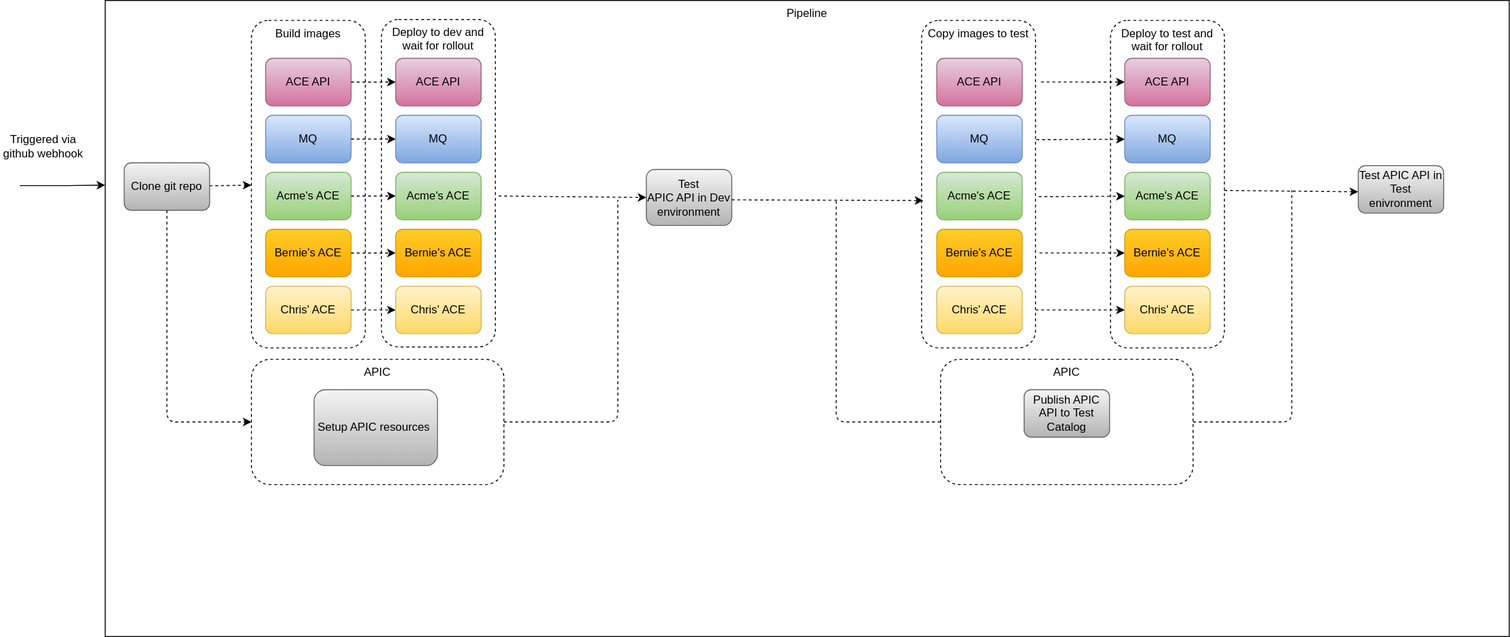
The draw.io diagram DrivewayDentDeletion/media/dev-test-apic-pipeline.svg in IBM/cp4i-deployment-samples, before a commit. Source tidied: cells renumbered, new cells last; positions are measured from the earlier drawing's top-left corner, leaving out a move shared by most shapes.
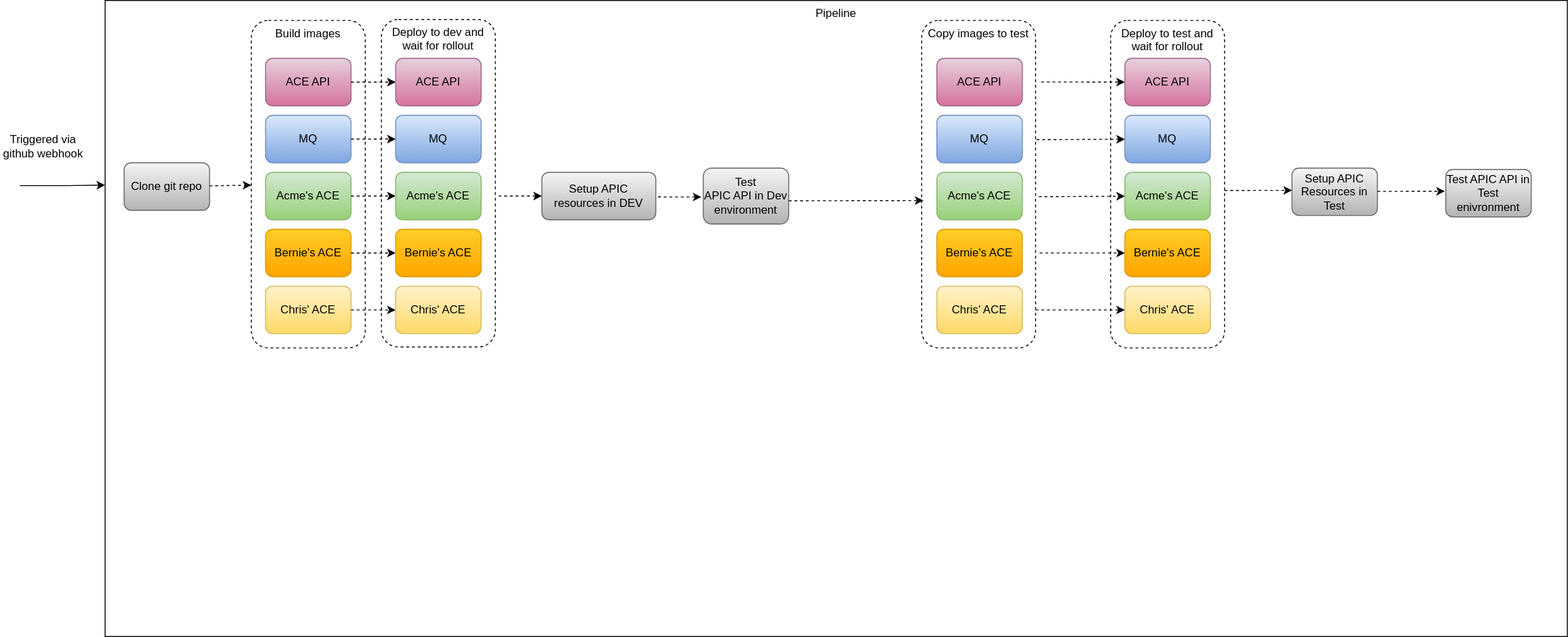
Above is the later version.

Commit message:
changes made to media

Change to the diagram source:
```diff
@@ -3,7 +3,7 @@
     <mxCell id="0" />
     <mxCell id="1" parent="0" />
     <mxCell id="2" value="Pipeline" style="rounded=0;whiteSpace=wrap;html=1;verticalAlign=top;" parent="1" vertex="1">
-      <mxGeometry x="110" width="1479" height="670" as="geometry" />
+      <mxGeometry x="110" width="1540" height="670" as="geometry" />
     </mxCell>
     <mxCell id="3" value="Deploy to dev and wait for rollout" style="rounded=1;whiteSpace=wrap;html=1;verticalAlign=top;dashed=1;" parent="1" vertex="1">
       <mxGeometry x="401" y="20" width="120" height="345" as="geometry" />
@@ -29,12 +29,12 @@
     <mxCell id="10" value="Chris' ACE" style="rounded=1;whiteSpace=wrap;html=1;fillColor=#fff2cc;strokeColor=#d6b656;gradientColor=#ffd966;" parent="1" vertex="1">
       <mxGeometry x="279" y="301" width="90" height="50" as="geometry" />
     </mxCell>
-    <mxCell id="11" style="edgeStyle=orthogonalEdgeStyle;rounded=0;orthogonalLoop=1;jettySize=auto;html=1;exitX=0.5;exitY=1;exitDx=0;exitDy=0;" parent="1" edge="1">
-      <mxGeometry relative="1" as="geometry">
-        <mxPoint x="522.5" y="381" as="sourcePoint" />
-        <mxPoint x="522.5" y="381" as="targetPoint" />
-      </mxGeometry>
-    </mxCell>
+    <mxCell id="60" style="edgeStyle=orthogonalEdgeStyle;rounded=0;orthogonalLoop=1;jettySize=auto;html=1;exitX=0.5;exitY=1;exitDx=0;exitDy=0;" parent="1" edge="1">
+      <mxGeometry relative="1" as="geometry">
+        <mxPoint x="522.5" y="381" as="sourcePoint" />
+        <mxPoint x="522.5" y="381" as="targetPoint" />
+      </mxGeometry>
+    </mxCell>
     <mxCell id="12" style="endArrow=classic;html=1;dashed=1;" parent="1" edge="1" source="7" target="34">
       <mxGeometry relative="1" as="geometry" />
     </mxCell>
@@ -51,7 +51,7 @@
       <mxGeometry relative="1" as="geometry" />
     </mxCell>
     <mxCell id="17" value="Test&lt;br&gt;APIC API in Dev environment" style="rounded=1;whiteSpace=wrap;html=1;fillColor=#f5f5f5;strokeColor=#666666;gradientColor=#b3b3b3;" parent="1" vertex="1">
-      <mxGeometry x="680" y="178" width="90" height="59" as="geometry" />
+      <mxGeometry x="740" y="176.5" width="90" height="59" as="geometry" />
     </mxCell>
     <mxCell id="18" style="group;dashed=1;strokeColor=none;" parent="1" vertex="1">
       <mxGeometry x="636" y="21" width="120" height="345" as="geometry" />
@@ -114,14 +114,14 @@
       <mxGeometry x="416" y="301" width="90" height="50" as="geometry" />
     </mxCell>
     <mxCell id="38" value="Test APIC API in Test enivronment" style="rounded=1;whiteSpace=wrap;html=1;fillColor=#f5f5f5;strokeColor=#666666;gradientColor=#b3b3b3;" parent="1" vertex="1">
-      <mxGeometry x="1430" y="174" width="90" height="50" as="geometry" />
+      <mxGeometry x="1522" y="178" width="90" height="50" as="geometry" />
     </mxCell>
-    <mxCell id="39" style="endArrow=classic;html=1;dashed=1;" parent="1" edge="1">
-      <mxGeometry relative="1" as="geometry">
-        <mxPoint x="1289" y="200.1" as="sourcePoint" />
-        <mxPoint x="1430" y="201.5" as="targetPoint" />
-      </mxGeometry>
-    </mxCell>
+    <mxCell id="61" style="endArrow=classic;html=1;dashed=1;" parent="1" edge="1">
+      <mxGeometry relative="1" as="geometry">
+        <mxPoint x="1289" y="200.1" as="sourcePoint" />
+        <mxPoint x="1360" y="200" as="targetPoint" />
+      </mxGeometry>
+    </mxCell>
     <mxCell id="40" style="group;" parent="1" vertex="1">
       <mxGeometry x="1153" y="21" width="120" height="345" as="geometry" />
     </mxCell>
@@ -146,71 +146,42 @@
     <mxCell id="47" value="Chris' ACE" style="rounded=1;whiteSpace=wrap;html=1;fillColor=#fff2cc;strokeColor=#d6b656;gradientColor=#ffd966;" parent="41" vertex="1">
       <mxGeometry x="16" y="280" width="90" height="50" as="geometry" />
     </mxCell>
-    <mxCell id="48" style="endArrow=classic;html=1;dashed=1;exitX=1;exitY=0.5;exitDx=0;exitDy=0;" parent="1" edge="1">
-      <mxGeometry relative="1" as="geometry">
-        <mxPoint x="393" y="432.5" as="sourcePoint" />
-        <mxPoint x="432" y="433" as="targetPoint" />
-      </mxGeometry>
-    </mxCell>
-    <mxCell id="49" value="APIC" style="rounded=1;whiteSpace=wrap;html=1;horizontal=1;verticalAlign=top;dashed=1;" parent="1" vertex="1">
-      <mxGeometry x="264" y="378" width="266" height="132" as="geometry" />
-    </mxCell>
-    <mxCell id="50" value="Setup APIC resources&amp;nbsp;" style="rounded=1;whiteSpace=wrap;html=1;fillColor=#f5f5f5;strokeColor=#666666;gradientColor=#b3b3b3;" parent="1" vertex="1">
-      <mxGeometry x="330" y="410" width="130" height="80" as="geometry" />
-    </mxCell>
-    <mxCell id="51" style="endArrow=classic;html=1;" parent="1" edge="1">
-      <mxGeometry relative="1" as="geometry">
-        <mxPoint x="20" y="195" as="sourcePoint" />
-        <mxPoint x="110" y="194.5" as="targetPoint" />
-        <Array as="points">
-          <mxPoint x="70" y="195" />
-        </Array>
-      </mxGeometry>
-    </mxCell>
-    <mxCell id="52" style="endArrow=classic;html=1;strokeColor=#000000;entryX=0;entryY=0.5;entryDx=0;entryDy=0;exitX=1.028;exitY=0.539;exitDx=0;exitDy=0;exitPerimeter=0;dashed=1;" parent="1" edge="1" source="3" target="17">
-      <mxGeometry relative="1" as="geometry" />
-    </mxCell>
-    <mxCell id="53" style="endArrow=none;dashed=1;html=1;strokeColor=#000000;exitX=1;exitY=0.5;exitDx=0;exitDy=0;" parent="1" edge="1" source="49">
-      <mxGeometry relative="1" as="geometry">
-        <mxPoint x="650" y="210" as="targetPoint" />
-        <Array as="points">
-          <mxPoint x="650" y="444" />
-        </Array>
-      </mxGeometry>
-    </mxCell>
-    <mxCell id="54" style="endArrow=classic;html=1;dashed=1;strokeColor=#000000;entryX=0.015;entryY=0.55;entryDx=0;entryDy=0;entryPerimeter=0;" parent="1" edge="1" target="42">
-      <mxGeometry relative="1" as="geometry">
-        <mxPoint x="770" y="210" as="sourcePoint" />
-      </mxGeometry>
-    </mxCell>
-    <mxCell id="55" value="APIC" style="rounded=1;whiteSpace=wrap;html=1;horizontal=1;verticalAlign=top;dashed=1;" parent="1" vertex="1">
-      <mxGeometry x="990" y="378" width="266" height="132" as="geometry" />
-    </mxCell>
-    <mxCell id="56" value="Publish APIC API to Test Catalog" style="rounded=1;whiteSpace=wrap;html=1;fillColor=#f5f5f5;strokeColor=#666666;gradientColor=#b3b3b3;" parent="1" vertex="1">
-      <mxGeometry x="1078" y="410" width="90" height="50" as="geometry" />
-    </mxCell>
-    <mxCell id="57" style="endArrow=none;dashed=1;html=1;strokeColor=#000000;exitX=0;exitY=0.5;exitDx=0;exitDy=0;" parent="1" edge="1" source="55">
-      <mxGeometry relative="1" as="geometry">
-        <mxPoint x="880" y="210" as="targetPoint" />
-        <Array as="points">
-          <mxPoint x="880" y="444" />
-        </Array>
-      </mxGeometry>
-    </mxCell>
-    <mxCell id="58" style="endArrow=none;dashed=1;html=1;strokeColor=#000000;exitX=1;exitY=0.5;exitDx=0;exitDy=0;" parent="1" edge="1" source="55">
-      <mxGeometry relative="1" as="geometry">
-        <mxPoint x="1360" y="200" as="targetPoint" />
-        <Array as="points">
-          <mxPoint x="1360" y="444" />
-        </Array>
-      </mxGeometry>
-    </mxCell>
-    <mxCell id="59" style="endArrow=classic;html=1;dashed=1;strokeColor=#000000;entryX=0;entryY=0.5;entryDx=0;entryDy=0;exitX=0.5;exitY=1;exitDx=0;exitDy=0;" parent="1" edge="1" source="31" target="49">
-      <mxGeometry relative="1" as="geometry">
-        <Array as="points">
-          <mxPoint x="175" y="444" />
-        </Array>
-      </mxGeometry>
-    </mxCell>
+    <mxCell id="62" value="Setup APIC resources in DEV" style="rounded=1;whiteSpace=wrap;html=1;fillColor=#f5f5f5;strokeColor=#666666;gradientColor=#b3b3b3;" parent="1" vertex="1">
+      <mxGeometry x="570" y="181" width="120" height="50" as="geometry" />
+    </mxCell>
+    <mxCell id="63" style="endArrow=classic;html=1;" parent="1" edge="1">
+      <mxGeometry relative="1" as="geometry">
+        <mxPoint x="20" y="195" as="sourcePoint" />
+        <mxPoint x="110" y="194.5" as="targetPoint" />
+        <Array as="points">
+          <mxPoint x="70" y="195" />
+        </Array>
+      </mxGeometry>
+    </mxCell>
+    <mxCell id="64" style="endArrow=classic;html=1;strokeColor=#000000;exitX=1.028;exitY=0.539;exitDx=0;exitDy=0;exitPerimeter=0;dashed=1;" parent="1" edge="1" source="3">
+      <mxGeometry relative="1" as="geometry">
+        <mxPoint x="570" y="206" as="targetPoint" />
+      </mxGeometry>
+    </mxCell>
+    <mxCell id="65" style="endArrow=classic;html=1;dashed=1;strokeColor=#000000;entryX=0.015;entryY=0.55;entryDx=0;entryDy=0;entryPerimeter=0;" parent="1" edge="1" target="42">
+      <mxGeometry relative="1" as="geometry">
+        <mxPoint x="830" y="211" as="sourcePoint" />
+      </mxGeometry>
+    </mxCell>
+    <mxCell id="66" value="Setup APIC Resources in Test" style="rounded=1;whiteSpace=wrap;html=1;fillColor=#f5f5f5;strokeColor=#666666;gradientColor=#b3b3b3;" parent="1" vertex="1">
+      <mxGeometry x="1360" y="176.5" width="90" height="50" as="geometry" />
+    </mxCell>
+    <mxCell id="67" style="endArrow=classic;html=1;strokeColor=#000000;exitX=1.028;exitY=0.539;exitDx=0;exitDy=0;exitPerimeter=0;dashed=1;" parent="1" edge="1">
+      <mxGeometry relative="1" as="geometry">
+        <mxPoint x="692.4" y="207" as="sourcePoint" />
+        <mxPoint x="738" y="207" as="targetPoint" />
+      </mxGeometry>
+    </mxCell>
+    <mxCell id="68" style="endArrow=classic;html=1;dashed=1;" parent="1" edge="1">
+      <mxGeometry relative="1" as="geometry">
+        <mxPoint x="1450" y="201.1" as="sourcePoint" />
+        <mxPoint x="1521" y="201" as="targetPoint" />
+      </mxGeometry>
+    </mxCell>
   </root>
 </mxGraphModel>
```
